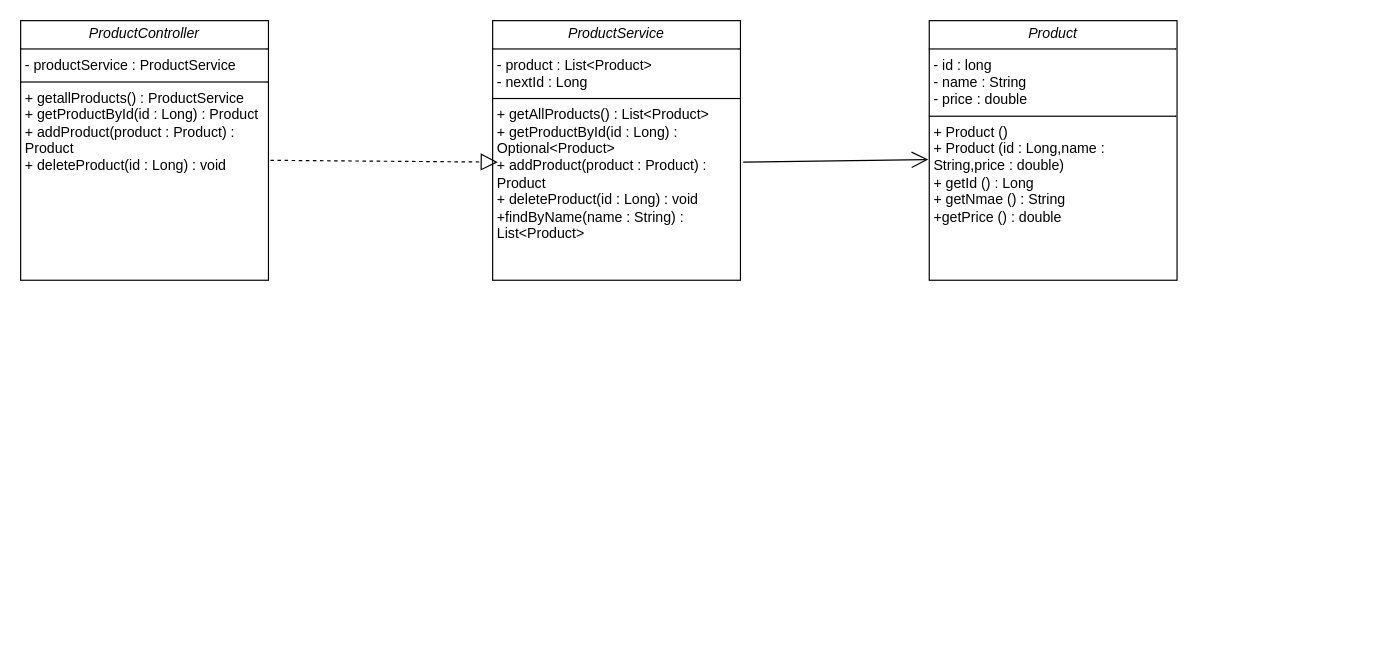
senuri-k/TUTORIAL1 keeps this draw.io diagram as docs/uml/Product.drawio. Above is the earlier version. Source tidied: cells renumbered, new cells numbered last; positions are measured from the earlier drawing's top-left corner, leaving out a move shared by most shapes. Both pictures are drawn from the tidied source at 118%, with x=0, y=0 at pixel (20, 20).
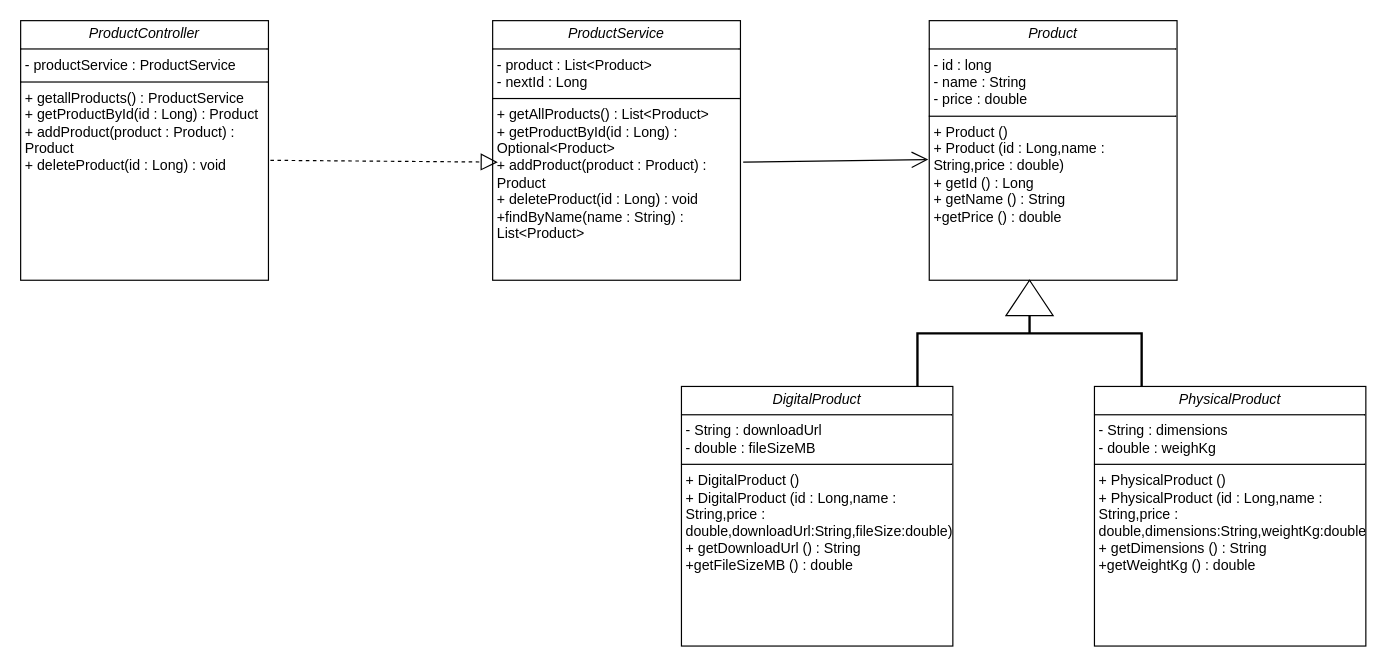
Above is the later version.

What changed in the source:
```diff
@@
 <mxGraphModel>
   <root>
     <mxCell id="0" />
     <mxCell id="1" parent="0" />
-    <mxCell id="2" value="&lt;p style=&quot;margin:0px;margin-top:4px;text-align:center;&quot;&gt;&lt;i&gt;Product&lt;/i&gt;&lt;/p&gt;&lt;hr size=&quot;1&quot; style=&quot;border-style:solid;&quot;&gt;&lt;p style=&quot;margin:0px;margin-left:4px;&quot;&gt;- id : long&lt;br&gt;- name : String&lt;/p&gt;&lt;p style=&quot;margin:0px;margin-left:4px;&quot;&gt;- price : double&lt;/p&gt;&lt;hr size=&quot;1&quot; style=&quot;border-style:solid;&quot;&gt;&lt;p style=&quot;margin:0px;margin-left:4px;&quot;&gt;+ Product ()&lt;br&gt;+ Product (id : Long,name : String,price : double)&lt;/p&gt;&lt;p style=&quot;margin:0px;margin-left:4px;&quot;&gt;+ getId () : Long&lt;/p&gt;&lt;p style=&quot;margin:0px;margin-left:4px;&quot;&gt;+ getNmae () : String&lt;/p&gt;&lt;p style=&quot;margin:0px;margin-left:4px;&quot;&gt;+getPrice () : double&lt;/p&gt;&lt;p style=&quot;margin:0px;margin-left:4px;&quot;&gt;&lt;br&gt;&lt;/p&gt;" style="verticalAlign=top;align=left;overflow=fill;html=1;whiteSpace=wrap;" parent="1" vertex="1">
+    <mxCell id="2" value="&lt;p style=&quot;margin:0px;margin-top:4px;text-align:center;&quot;&gt;&lt;i&gt;Product&lt;/i&gt;&lt;/p&gt;&lt;hr size=&quot;1&quot; style=&quot;border-style:solid;&quot;&gt;&lt;p style=&quot;margin:0px;margin-left:4px;&quot;&gt;- id : long&lt;br&gt;- name : String&lt;/p&gt;&lt;p style=&quot;margin:0px;margin-left:4px;&quot;&gt;- price : double&lt;/p&gt;&lt;hr size=&quot;1&quot; style=&quot;border-style:solid;&quot;&gt;&lt;p style=&quot;margin:0px;margin-left:4px;&quot;&gt;+ Product ()&lt;br&gt;+ Product (id : Long,name : String,price : double)&lt;/p&gt;&lt;p style=&quot;margin:0px;margin-left:4px;&quot;&gt;+ getId () : Long&lt;/p&gt;&lt;p style=&quot;margin:0px;margin-left:4px;&quot;&gt;+ getName () : String&lt;/p&gt;&lt;p style=&quot;margin:0px;margin-left:4px;&quot;&gt;+getPrice () : double&lt;/p&gt;&lt;p style=&quot;margin:0px;margin-left:4px;&quot;&gt;&lt;br&gt;&lt;/p&gt;" style="verticalAlign=top;align=left;overflow=fill;html=1;whiteSpace=wrap;" parent="1" vertex="1">
       <mxGeometry x="770" width="210" height="220" as="geometry" />
     </mxCell>
     <mxCell id="3" value="&lt;p style=&quot;margin:0px;margin-top:4px;text-align:center;&quot;&gt;&lt;i&gt;ProductService&lt;/i&gt;&lt;/p&gt;&lt;hr size=&quot;1&quot; style=&quot;border-style:solid;&quot;&gt;&lt;p style=&quot;margin:0px;margin-left:4px;&quot;&gt;- product : List&amp;lt;Product&amp;gt;&lt;br&gt;- nextId : Long&lt;/p&gt;&lt;hr size=&quot;1&quot; style=&quot;border-style:solid;&quot;&gt;&lt;p style=&quot;margin:0px;margin-left:4px;&quot;&gt;+ getAllProducts() : List&amp;lt;Product&amp;gt;&lt;br&gt;+ getProductById(id : Long) : Optional&amp;lt;Product&amp;gt;&lt;/p&gt;&lt;p style=&quot;margin:0px;margin-left:4px;&quot;&gt;+ addProduct(product : Product) : Product&lt;/p&gt;&lt;p style=&quot;margin:0px;margin-left:4px;&quot;&gt;+ deleteProduct(id : Long) : void&lt;/p&gt;&lt;p style=&quot;margin:0px;margin-left:4px;&quot;&gt;+findByName(name : String) : List&amp;lt;Product&amp;gt;&lt;/p&gt;&lt;p style=&quot;margin:0px;margin-left:4px;&quot;&gt;&lt;br&gt;&lt;/p&gt;" style="verticalAlign=top;align=left;overflow=fill;html=1;whiteSpace=wrap;" parent="1" vertex="1">
       <mxGeometry x="400" width="210" height="220" as="geometry" />
     </mxCell>
     <mxCell id="4" value="&lt;p style=&quot;margin:0px;margin-top:4px;text-align:center;&quot;&gt;&lt;i&gt;ProductController&lt;/i&gt;&lt;/p&gt;&lt;hr size=&quot;1&quot; style=&quot;border-style:solid;&quot;&gt;&lt;p style=&quot;margin:0px;margin-left:4px;&quot;&gt;- productService : ProductService&lt;br&gt;&lt;/p&gt;&lt;hr size=&quot;1&quot; style=&quot;border-style:solid;&quot;&gt;&lt;p style=&quot;margin:0px;margin-left:4px;&quot;&gt;+ getallProducts() : ProductService&lt;br&gt;+ getProductById(id : Long) : Product&lt;/p&gt;&lt;p style=&quot;margin:0px;margin-left:4px;&quot;&gt;+ addProduct(product : Product) : Product&lt;/p&gt;&lt;p style=&quot;margin:0px;margin-left:4px;&quot;&gt;+ deleteProduct(id : Long) : void&lt;/p&gt;&lt;p style=&quot;margin:0px;margin-left:4px;&quot;&gt;&lt;br&gt;&lt;/p&gt;&lt;p style=&quot;margin:0px;margin-left:4px;&quot;&gt;&lt;br&gt;&lt;/p&gt;" style="verticalAlign=top;align=left;overflow=fill;html=1;whiteSpace=wrap;" parent="1" vertex="1">
       <mxGeometry width="210" height="220" as="geometry" />
     </mxCell>
     <mxCell id="5" style="endArrow=block;dashed=1;endFill=0;endSize=12;html=1;rounded=0;exitX=1.008;exitY=0.538;exitDx=0;exitDy=0;exitPerimeter=0;entryX=0.021;entryY=0.545;entryDx=0;entryDy=0;entryPerimeter=0;" parent="1" edge="1" source="4" target="3">
       <mxGeometry relative="1" as="geometry" />
     </mxCell>
     <mxCell id="6" style="endArrow=open;endFill=1;endSize=12;html=1;rounded=0;entryX=-0.004;entryY=0.535;entryDx=0;entryDy=0;entryPerimeter=0;exitX=1.011;exitY=0.545;exitDx=0;exitDy=0;exitPerimeter=0;" parent="1" edge="1" source="3" target="2">
       <mxGeometry relative="1" as="geometry" />
     </mxCell>
+    <mxCell id="7" value="&lt;p style=&quot;margin:0px;margin-top:4px;text-align:center;&quot;&gt;&lt;i&gt;DigitalProduct&lt;/i&gt;&lt;/p&gt;&lt;hr size=&quot;1&quot; style=&quot;border-style:solid;&quot;&gt;&lt;p style=&quot;margin:0px;margin-left:4px;&quot;&gt;- String : downloadUrl&lt;br&gt;- double : fileSizeMB&lt;/p&gt;&lt;hr size=&quot;1&quot; style=&quot;border-style:solid;&quot;&gt;&lt;p style=&quot;margin:0px;margin-left:4px;&quot;&gt;+ DigitalProduct ()&lt;br&gt;+ DigitalProduct (id : Long,name : String,price : double,downloadUrl:String,fileSize:double)&lt;/p&gt;&lt;p style=&quot;margin:0px;margin-left:4px;&quot;&gt;+ getDownloadUrl () : String&lt;/p&gt;&lt;p style=&quot;margin:0px;margin-left:4px;&quot;&gt;+getFileSizeMB () : double&lt;/p&gt;&lt;p style=&quot;margin:0px;margin-left:4px;&quot;&gt;&lt;br&gt;&lt;/p&gt;" style="verticalAlign=top;align=left;overflow=fill;html=1;whiteSpace=wrap;" parent="1" vertex="1">
+      <mxGeometry x="560" y="310" width="230" height="220" as="geometry" />
+    </mxCell>
+    <mxCell id="8" value="&lt;p style=&quot;margin:0px;margin-top:4px;text-align:center;&quot;&gt;&lt;i&gt;PhysicalProduct&lt;/i&gt;&lt;/p&gt;&lt;hr size=&quot;1&quot; style=&quot;border-style:solid;&quot;&gt;&lt;p style=&quot;margin:0px;margin-left:4px;&quot;&gt;- String : dimensions&lt;br&gt;- double :&amp;nbsp;&lt;span style=&quot;background-color: transparent; color: light-dark(rgb(0, 0, 0), rgb(255, 255, 255));&quot;&gt;weighKg&lt;/span&gt;&lt;/p&gt;&lt;hr size=&quot;1&quot; style=&quot;border-style:solid;&quot;&gt;&lt;p style=&quot;margin:0px;margin-left:4px;&quot;&gt;+ PhysicalProduct ()&lt;br&gt;+ PhysicalProduct (id : Long,name : String,price : double,dimensions:String,weightKg:double)&lt;/p&gt;&lt;p style=&quot;margin:0px;margin-left:4px;&quot;&gt;+ getDimensions () : String&lt;/p&gt;&lt;p style=&quot;margin:0px;margin-left:4px;&quot;&gt;+getWeightKg () : double&lt;/p&gt;&lt;p style=&quot;margin:0px;margin-left:4px;&quot;&gt;&lt;br&gt;&lt;/p&gt;" style="verticalAlign=top;align=left;overflow=fill;html=1;whiteSpace=wrap;" parent="1" vertex="1">
+      <mxGeometry x="910" y="310" width="230" height="220" as="geometry" />
+    </mxCell>
+    <mxCell id="9" style="strokeWidth=2;html=1;shape=mxgraph.flowchart.annotation_2;align=left;labelPosition=right;direction=south;" parent="1" vertex="1">
+      <mxGeometry x="760" y="220" width="190" height="90" as="geometry" />
+    </mxCell>
+    <mxCell id="10" style="triangle;whiteSpace=wrap;html=1;shapeInside=1;direction=north;" parent="1" vertex="1">
+      <mxGeometry x="835" y="220" width="40" height="30" as="geometry" />
+    </mxCell>
   </root>
 </mxGraphModel>
```
